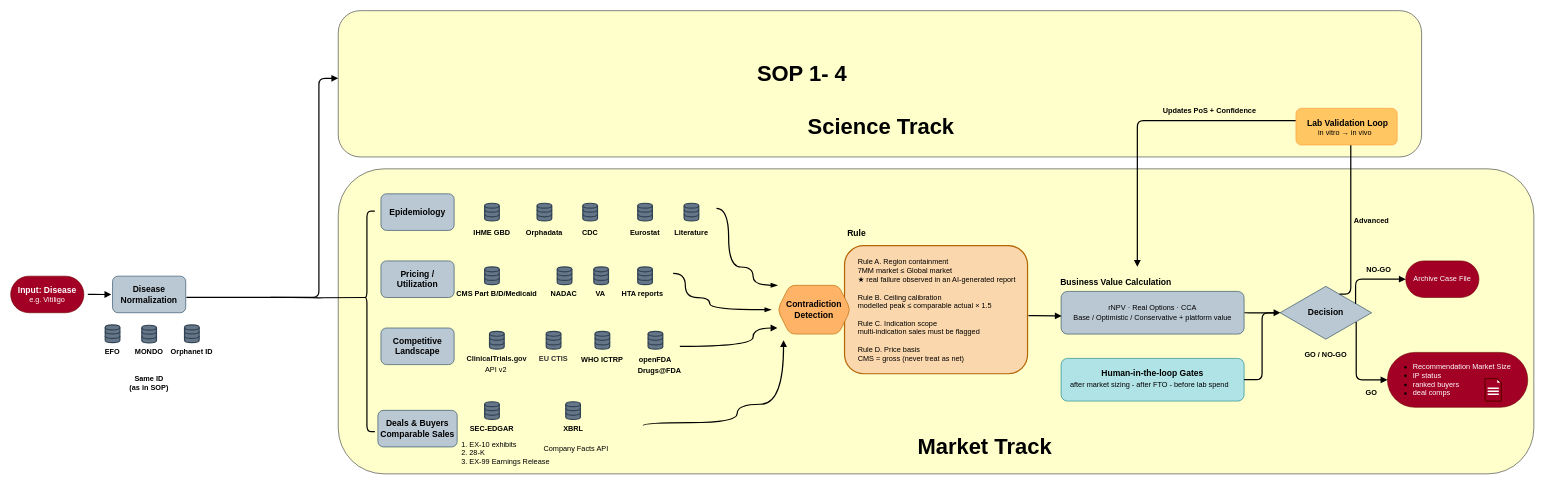
paulkao-ai/flowchart keeps this draw.io diagram as page "Full Business" (1 of 4) of repurgenesis_bd.drawio. Above is the earlier version. Source tidied: cells renumbered, new cells numbered last; positions are measured from the earlier drawing's top-left corner, leaving out a move shared by most shapes. Both pictures are drawn from the tidied source at 61%, with x=0, y=0 at pixel (10, 10).
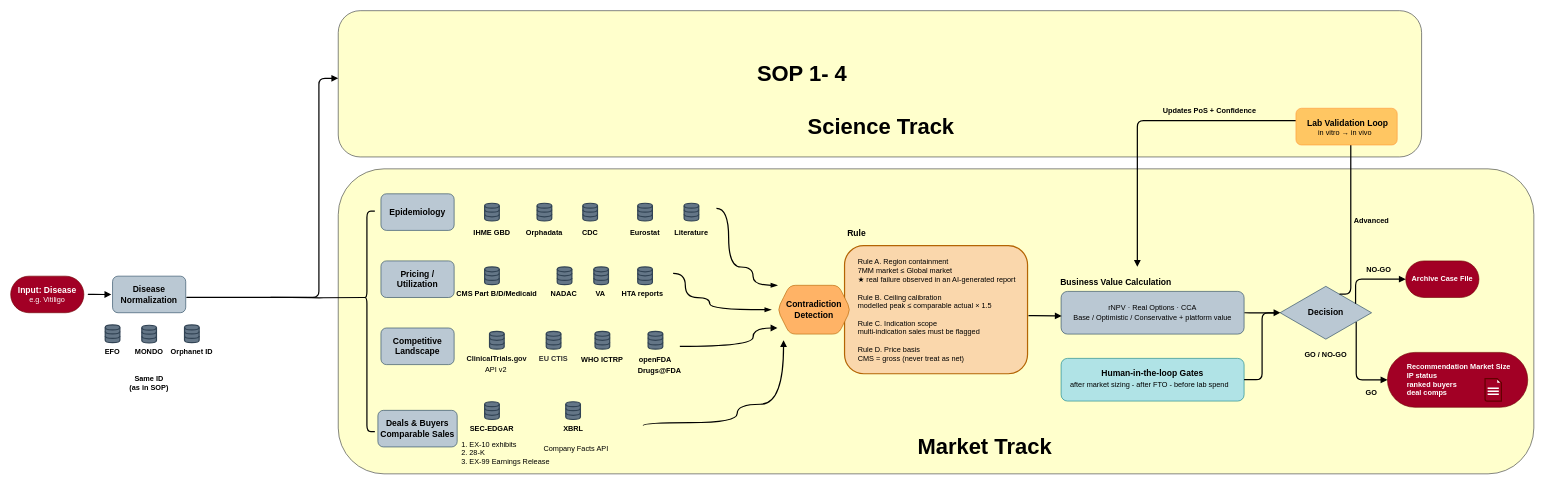
Above is the later version.

The change refers to these unchanged cells:
```xml
<mxCell id="47" style="group;rounded=1;fontColor=light-dark(#ffffff, #ededed);" parent="1" vertex="1">
  <mxGeometry x="2257" y="560.2" width="230" height="90" as="geometry" />
</mxCell>
```

Diff of the diagram source:
```diff
@@
-    <mxCell id="46" value="Archive Case File" style="rounded=1;whiteSpace=wrap;html=1;arcSize=50;fillColor=#a20025;strokeColor=#6F0000;fontColor=#ffffff;" parent="1" vertex="1">
+    <mxCell id="46" value="&lt;b&gt;Archive Case File&lt;/b&gt;" style="rounded=1;whiteSpace=wrap;html=1;arcSize=50;fillColor=#a20025;strokeColor=#6F0000;fontColor=#ffffff;" parent="1" vertex="1">
       <mxGeometry x="2287" y="410.2" width="120" height="60" as="geometry" />
     </mxCell>
@@
-    <mxCell id="49" value="&lt;ul&gt;&lt;li&gt;&lt;span style=&quot;color: rgb(255, 255, 255);&quot;&gt;Recommendation Market Size&lt;/span&gt;&lt;/li&gt;&lt;li&gt;&lt;span style=&quot;color: rgb(255, 255, 255);&quot;&gt;IP status&lt;/span&gt;&lt;/li&gt;&lt;li&gt;&lt;span style=&quot;color: rgb(255, 255, 255);&quot;&gt;ranked buyers&lt;/span&gt;&lt;/li&gt;&lt;li&gt;&lt;span style=&quot;color: rgb(255, 255, 255);&quot;&gt;deal comps&lt;/span&gt;&lt;/li&gt;&lt;/ul&gt;" style="text;html=1;whiteSpace=wrap;strokeColor=none;fillColor=none;align=left;verticalAlign=middle;rounded=1;" parent="47" vertex="1">
-      <mxGeometry y="10" width="220" height="70" as="geometry" />
+    <mxCell id="49" value="&lt;b style=&quot;color: light-dark(rgb(255, 255, 255), rgb(18, 18, 18)); background-color: transparent;&quot;&gt;Recommendation Market Size&lt;/b&gt;&lt;br&gt;&lt;b style=&quot;color: light-dark(rgb(255, 255, 255), rgb(18, 18, 18)); background-color: transparent;&quot;&gt;IP status&lt;/b&gt;&lt;br&gt;&lt;b style=&quot;color: light-dark(rgb(255, 255, 255), rgb(18, 18, 18)); background-color: transparent;&quot;&gt;ranked buyers&lt;/b&gt;&lt;br&gt;&lt;b style=&quot;color: light-dark(rgb(255, 255, 255), rgb(18, 18, 18)); background-color: transparent;&quot;&gt;deal comps&lt;/b&gt;" style="text;html=1;whiteSpace=wrap;strokeColor=none;fillColor=none;align=left;verticalAlign=middle;rounded=1;" parent="47" vertex="1">
+      <mxGeometry x="30" y="10" width="220" height="70" as="geometry" />
     </mxCell>
```
